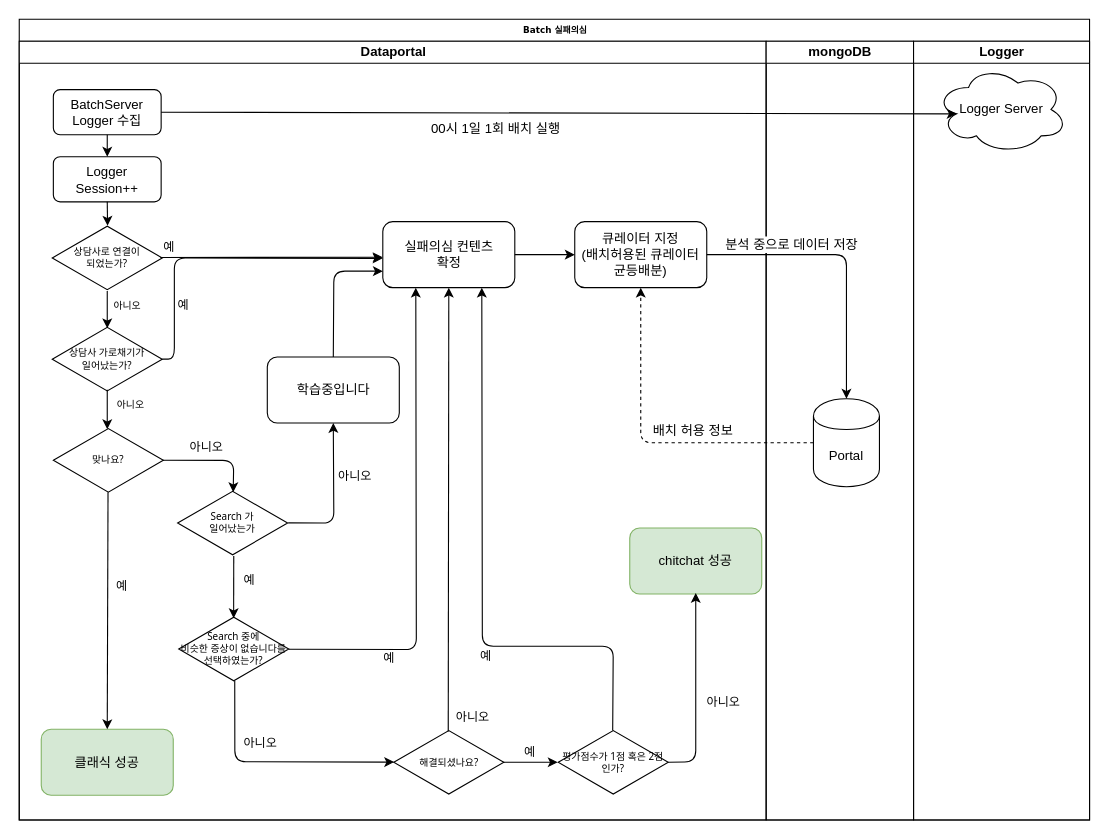
The draw.io diagram page "실패의심 컨텐츠" (2 of 3) of 배치.drawio in dongyoupkim/kdycorp, before the edit. Source tidied: cells renumbered, new cells numbered last; positions are measured from the earlier drawing's top-left corner, leaving out a move shared by most shapes. Both pictures are drawn from the tidied source at 110%, with x=0, y=0 at pixel (19, 19).
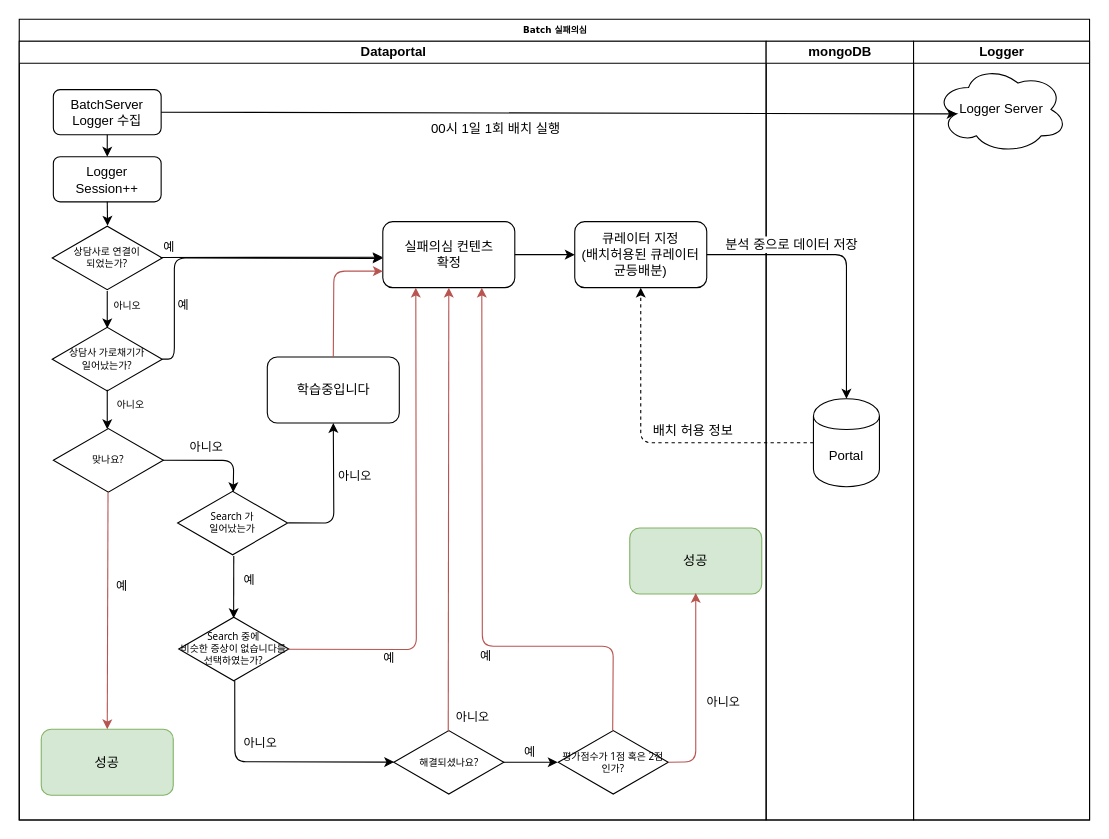
Above is the later version.

Commit message:
배치.drawio 업데이트

The change refers to these unchanged cells:
```xml
<mxCell id="3" value="Dataportal" style="swimlane;html=1;startSize=20;" parent="2" vertex="1">
  <mxGeometry y="20" width="679" height="708" as="geometry" />
</mxCell>
<mxCell id="7" value="실패의심 컨텐츠&lt;br&gt;확정" style="rounded=1;whiteSpace=wrap;html=1;" parent="3" vertex="1">
  <mxGeometry x="330.5" y="164" width="120" height="60" as="geometry" />
</mxCell>
<mxCell id="15" value="Search 중에&lt;br&gt;비슷한 증상이 없습니다를 선택하였는가?" style="html=1;whiteSpace=wrap;shape=isoRectangle;fontFamily=Tahoma;fontSize=9;" parent="3" vertex="1">
  <mxGeometry x="145" y="522.5" width="100" height="60" as="geometry" />
</mxCell>
<mxCell id="16" value="학습중입니다" style="rounded=1;whiteSpace=wrap;html=1;" parent="3" vertex="1">
  <mxGeometry x="225.5" y="287" width="120" height="60" as="geometry" />
</mxCell>
<mxCell id="23" value="평가점수가 1점 혹은 2점인가?" style="html=1;whiteSpace=wrap;shape=isoRectangle;fontFamily=Tahoma;fontSize=9;" parent="3" vertex="1">
  <mxGeometry x="490" y="625.5" width="100" height="60" as="geometry" />
</mxCell>
<mxCell id="28" value="맞나요?" style="html=1;whiteSpace=wrap;shape=isoRectangle;fontFamily=Tahoma;fontSize=9;" parent="3" vertex="1">
  <mxGeometry x="31" y="351" width="100" height="60" as="geometry" />
</mxCell>
```

Diff of the diagram source:
```diff
@@
-    <mxCell id="17" value="예" style="endArrow=classic;html=1;entryX=0.25;entryY=1;entryDx=0;entryDy=0;exitX=0.999;exitY=0.503;exitDx=0;exitDy=0;exitPerimeter=0;" parent="3" edge="1" source="15" target="7">
+    <mxCell id="17" value="예" style="endArrow=classic;html=1;entryX=0.25;entryY=1;entryDx=0;entryDy=0;exitX=0.999;exitY=0.503;exitDx=0;exitDy=0;exitPerimeter=0;fillColor=#f8cecc;strokeColor=#b85450;" parent="3" edge="1" source="15" target="7">
       <mxGeometry x="-0.59" y="-8" relative="1" as="geometry">
         <Array as="points">
           <mxPoint x="361" y="553" />
         </Array>
       </mxGeometry>
     </mxCell>
@@
-    <mxCell id="20" style="endArrow=classic;html=1;entryX=0;entryY=0.75;entryDx=0;entryDy=0;exitX=0.5;exitY=0;exitDx=0;exitDy=0;" parent="3" edge="1" source="16" target="7">
+    <mxCell id="20" style="endArrow=classic;html=1;entryX=0;entryY=0.75;entryDx=0;entryDy=0;exitX=0.5;exitY=0;exitDx=0;exitDy=0;fillColor=#f8cecc;strokeColor=#b85450;" parent="3" edge="1" source="16" target="7">
       <mxGeometry x="-0.09" y="7" relative="1" as="geometry">
         <Array as="points">
           <mxPoint x="286" y="209" />
         </Array>
         <mxPoint y="1" as="offset" />
       </mxGeometry>
     </mxCell>
@@
-    <mxCell id="25" value="예" style="endArrow=classic;html=1;exitX=0.495;exitY=0.017;exitDx=0;exitDy=0;entryX=0.75;entryY=1;entryDx=0;entryDy=0;exitPerimeter=0;" parent="3" edge="1" source="23" target="7">
+    <mxCell id="25" value="예" style="endArrow=classic;html=1;exitX=0.495;exitY=0.017;exitDx=0;exitDy=0;entryX=0.75;entryY=1;entryDx=0;entryDy=0;exitPerimeter=0;fillColor=#f8cecc;strokeColor=#b85450;" parent="3" edge="1" source="23" target="7">
       <mxGeometry x="-0.26" y="9" relative="1" as="geometry">
         <Array as="points">
           <mxPoint x="540" y="550" />
           <mxPoint x="421" y="550" />
         </Array>
       </mxGeometry>
     </mxCell>
-    <mxCell id="26" value="chitchat 성공" style="rounded=1;whiteSpace=wrap;html=1;fillColor=#d5e8d4;strokeColor=#82b366;" parent="3" vertex="1">
+    <mxCell id="26" value="성공" style="rounded=1;whiteSpace=wrap;html=1;fillColor=#d5e8d4;strokeColor=#82b366;" parent="3" vertex="1">
       <mxGeometry x="555" y="442.5" width="120" height="60" as="geometry" />
     </mxCell>
-    <mxCell id="27" value="아니오" style="endArrow=classic;html=1;exitX=1;exitY=0.516;exitDx=0;exitDy=0;exitPerimeter=0;entryX=0.5;entryY=1;entryDx=0;entryDy=0;" parent="3" edge="1">
+    <mxCell id="27" value="아니오" style="endArrow=classic;html=1;exitX=1;exitY=0.516;exitDx=0;exitDy=0;exitPerimeter=0;entryX=0.5;entryY=1;entryDx=0;entryDy=0;fillColor=#f8cecc;strokeColor=#b85450;" parent="3" edge="1">
       <mxGeometry x="-0.11" y="-25" relative="1" as="geometry">
         <mxPoint x="590" y="655.5" as="sourcePoint" />
         <mxPoint x="615" y="501.5" as="targetPoint" />
         <Array as="points">
           <mxPoint x="615" y="655" />
         </Array>
       </mxGeometry>
     </mxCell>
@@
-    <mxCell id="30" value="클래식 성공" style="rounded=1;whiteSpace=wrap;html=1;fillColor=#d5e8d4;strokeColor=#82b366;" parent="3" vertex="1">
+    <mxCell id="30" value="성공" style="rounded=1;whiteSpace=wrap;html=1;fillColor=#d5e8d4;strokeColor=#82b366;" parent="3" vertex="1">
       <mxGeometry x="20" y="625.5" width="120" height="60" as="geometry" />
     </mxCell>
-    <mxCell id="31" value="예" style="endArrow=classic;html=1;exitX=0.497;exitY=0.982;exitDx=0;exitDy=0;exitPerimeter=0;entryX=0.5;entryY=0;entryDx=0;entryDy=0;" parent="3" edge="1" source="28" target="30">
+    <mxCell id="31" value="예" style="endArrow=classic;html=1;exitX=0.497;exitY=0.982;exitDx=0;exitDy=0;exitPerimeter=0;entryX=0.5;entryY=0;entryDx=0;entryDy=0;fillColor=#f8cecc;strokeColor=#b85450;" parent="3" edge="1" source="28" target="30">
       <mxGeometry x="-0.21" y="13" relative="1" as="geometry" />
     </mxCell>
@@
-    <mxCell id="45" value="아니오" style="endArrow=classic;html=1;exitX=0.485;exitY=0.05;exitDx=0;exitDy=0;exitPerimeter=0;entryX=0.5;entryY=1;entryDx=0;entryDy=0;" parent="1" edge="1" target="7">
+    <mxCell id="45" value="아니오" style="endArrow=classic;html=1;exitX=0.485;exitY=0.05;exitDx=0;exitDy=0;exitPerimeter=0;entryX=0.5;entryY=1;entryDx=0;entryDy=0;fillColor=#f8cecc;strokeColor=#b85450;" parent="1" edge="1" target="7">
       <mxGeometry x="-0.93" y="-22" relative="1" as="geometry">
         <mxPoint x="390" y="647.5" as="sourcePoint" />
       </mxGeometry>
     </mxCell>
```
